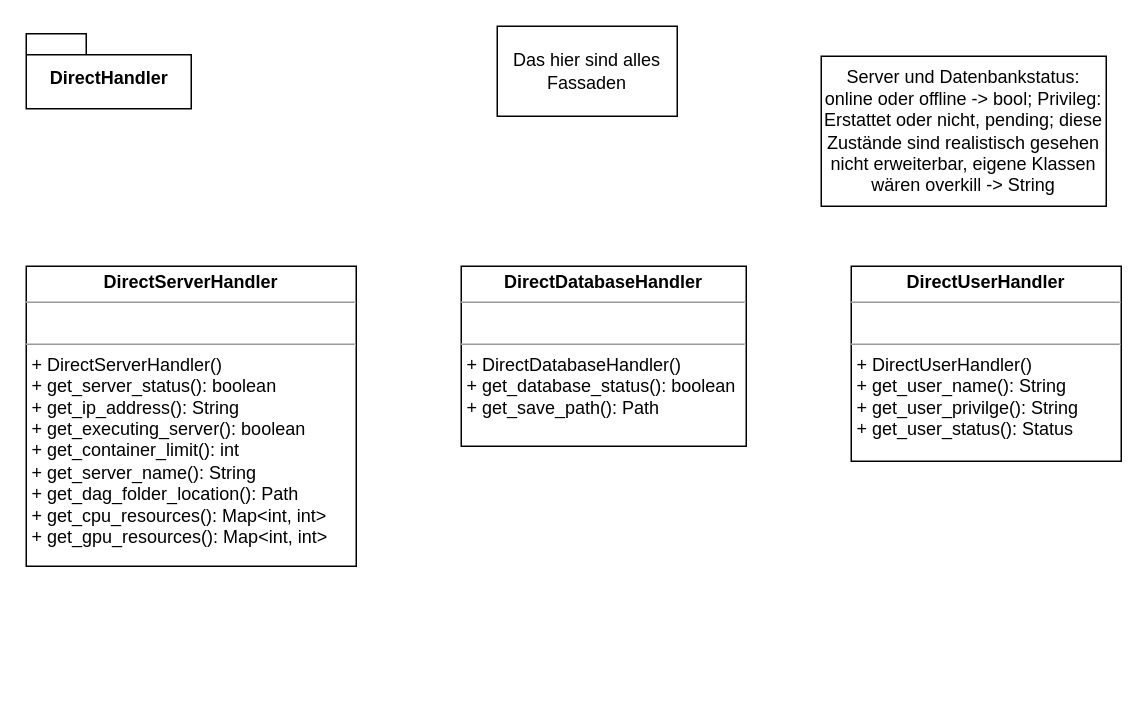
Earlier version of the draw.io diagram entwurf/no_logic_hardware.drawio (soerenray/MatFlow). Source tidied: cells renumbered, new cells numbered last; positions are measured from the earlier drawing's top-left corner, leaving out a move shared by most shapes. Both pictures are drawn from the tidied source at 150%, with x=0, y=0 at pixel (26, 26).
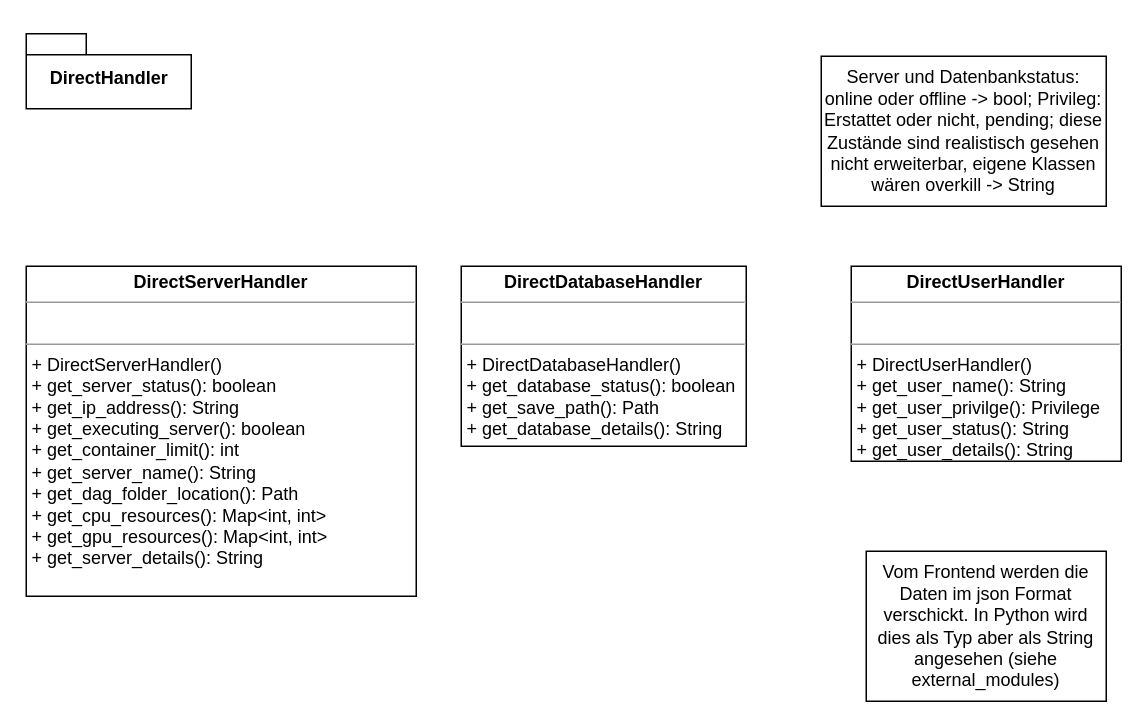
After the change.

Diff of the diagram source:
```diff
@@
 <mxGraphModel>
   <root>
     <mxCell id="0" />
     <mxCell id="1" parent="0" />
-    <mxCell id="2" value="&lt;p style=&quot;margin: 0px ; margin-top: 4px ; text-align: center&quot;&gt;&lt;b&gt;DirectServerHandler&lt;/b&gt;&lt;/p&gt;&lt;hr size=&quot;1&quot;&gt;&lt;p style=&quot;margin: 0px ; margin-left: 4px&quot;&gt;&lt;br&gt;&lt;/p&gt;&lt;hr size=&quot;1&quot;&gt;&lt;p style=&quot;margin: 0px ; margin-left: 4px&quot;&gt;+ DirectServerHandler()&lt;/p&gt;&lt;p style=&quot;margin: 0px ; margin-left: 4px&quot;&gt;+ get_server_status(): boolean&lt;/p&gt;&lt;p style=&quot;margin: 0px ; margin-left: 4px&quot;&gt;+ get_ip_address(): String&lt;/p&gt;&lt;p style=&quot;margin: 0px ; margin-left: 4px&quot;&gt;+ get_executing_server(): boolean&lt;/p&gt;&lt;p style=&quot;margin: 0px ; margin-left: 4px&quot;&gt;+ get_container_limit(): int&lt;/p&gt;&lt;p style=&quot;margin: 0px ; margin-left: 4px&quot;&gt;+ get_server_name(): String&lt;/p&gt;&lt;p style=&quot;margin: 0px ; margin-left: 4px&quot;&gt;+ get_dag_folder_location(): Path&lt;/p&gt;&lt;p style=&quot;margin: 0px ; margin-left: 4px&quot;&gt;+ get_cpu_resources(): Map&amp;lt;int, int&amp;gt;&lt;/p&gt;&lt;p style=&quot;margin: 0px ; margin-left: 4px&quot;&gt;+ get_gpu_resources(): Map&amp;lt;int, int&amp;gt;&lt;/p&gt;&lt;p style=&quot;margin: 0px ; margin-left: 4px&quot;&gt;&lt;br&gt;&lt;/p&gt;" style="verticalAlign=top;align=left;overflow=fill;fontSize=12;fontFamily=Helvetica;html=1;" parent="1" vertex="1">
-      <mxGeometry y="160" width="220" height="200" as="geometry" />
+    <mxCell id="2" value="&lt;p style=&quot;margin: 0px ; margin-top: 4px ; text-align: center&quot;&gt;&lt;b&gt;DirectServerHandler&lt;/b&gt;&lt;/p&gt;&lt;hr size=&quot;1&quot;&gt;&lt;p style=&quot;margin: 0px ; margin-left: 4px&quot;&gt;&lt;br&gt;&lt;/p&gt;&lt;hr size=&quot;1&quot;&gt;&lt;p style=&quot;margin: 0px ; margin-left: 4px&quot;&gt;+ DirectServerHandler()&lt;/p&gt;&lt;p style=&quot;margin: 0px ; margin-left: 4px&quot;&gt;+ get_server_status(): boolean&lt;/p&gt;&lt;p style=&quot;margin: 0px ; margin-left: 4px&quot;&gt;+ get_ip_address(): String&lt;/p&gt;&lt;p style=&quot;margin: 0px ; margin-left: 4px&quot;&gt;+ get_executing_server(): boolean&lt;/p&gt;&lt;p style=&quot;margin: 0px ; margin-left: 4px&quot;&gt;+ get_container_limit(): int&lt;/p&gt;&lt;p style=&quot;margin: 0px ; margin-left: 4px&quot;&gt;+ get_server_name(): String&lt;/p&gt;&lt;p style=&quot;margin: 0px ; margin-left: 4px&quot;&gt;+ get_dag_folder_location(): Path&lt;/p&gt;&lt;p style=&quot;margin: 0px ; margin-left: 4px&quot;&gt;+ get_cpu_resources(): Map&amp;lt;int, int&amp;gt;&lt;/p&gt;&lt;p style=&quot;margin: 0px ; margin-left: 4px&quot;&gt;+ get_gpu_resources(): Map&amp;lt;int, int&amp;gt;&lt;/p&gt;&lt;p style=&quot;margin: 0px ; margin-left: 4px&quot;&gt;+ get_server_details(): String&lt;/p&gt;" style="verticalAlign=top;align=left;overflow=fill;fontSize=12;fontFamily=Helvetica;html=1;" parent="1" vertex="1">
+      <mxGeometry y="160" width="260" height="220" as="geometry" />
     </mxCell>
-    <mxCell id="3" value="&lt;p style=&quot;margin: 0px ; margin-top: 4px ; text-align: center&quot;&gt;&lt;b&gt;DirectDatabaseHandler&lt;/b&gt;&lt;/p&gt;&lt;hr size=&quot;1&quot;&gt;&lt;p style=&quot;margin: 0px ; margin-left: 4px&quot;&gt;&lt;br&gt;&lt;/p&gt;&lt;hr size=&quot;1&quot;&gt;&lt;p style=&quot;margin: 0px ; margin-left: 4px&quot;&gt;+ DirectDatabaseHandler()&lt;/p&gt;&lt;p style=&quot;margin: 0px ; margin-left: 4px&quot;&gt;+ get_database_status(): boolean&lt;/p&gt;&lt;p style=&quot;margin: 0px ; margin-left: 4px&quot;&gt;+ get_save_path(): Path&lt;/p&gt;&lt;p style=&quot;margin: 0px ; margin-left: 4px&quot;&gt;&lt;br&gt;&lt;/p&gt;" style="verticalAlign=top;align=left;overflow=fill;fontSize=12;fontFamily=Helvetica;html=1;" parent="1" vertex="1">
+    <mxCell id="3" value="&lt;p style=&quot;margin: 0px ; margin-top: 4px ; text-align: center&quot;&gt;&lt;b&gt;DirectDatabaseHandler&lt;/b&gt;&lt;/p&gt;&lt;hr size=&quot;1&quot;&gt;&lt;p style=&quot;margin: 0px ; margin-left: 4px&quot;&gt;&lt;br&gt;&lt;/p&gt;&lt;hr size=&quot;1&quot;&gt;&lt;p style=&quot;margin: 0px ; margin-left: 4px&quot;&gt;+ DirectDatabaseHandler()&lt;/p&gt;&lt;p style=&quot;margin: 0px ; margin-left: 4px&quot;&gt;+ get_database_status(): boolean&lt;/p&gt;&lt;p style=&quot;margin: 0px ; margin-left: 4px&quot;&gt;+ get_save_path(): Path&lt;/p&gt;&lt;p style=&quot;margin: 0px ; margin-left: 4px&quot;&gt;+ get_database_details(): String&lt;/p&gt;&lt;p style=&quot;margin: 0px ; margin-left: 4px&quot;&gt;&lt;br&gt;&lt;/p&gt;" style="verticalAlign=top;align=left;overflow=fill;fontSize=12;fontFamily=Helvetica;html=1;" parent="1" vertex="1">
       <mxGeometry x="290" y="160" width="190" height="120" as="geometry" />
     </mxCell>
-    <mxCell id="4" value="Das hier sind alles Fassaden" style="rounded=0;whiteSpace=wrap;html=1;" parent="1" vertex="1">
-      <mxGeometry x="314" width="120" height="60" as="geometry" />
-    </mxCell>
     <mxCell id="5" value="DirectHandler" style="shape=folder;fontStyle=1;spacingTop=10;tabWidth=40;tabHeight=14;tabPosition=left;html=1;" parent="1" vertex="1">
       <mxGeometry y="5" width="110" height="50" as="geometry" />
     </mxCell>
-    <mxCell id="6" value="&lt;p style=&quot;margin: 0px ; margin-top: 4px ; text-align: center&quot;&gt;&lt;b&gt;DirectUserHandler&lt;/b&gt;&lt;/p&gt;&lt;hr size=&quot;1&quot;&gt;&lt;p style=&quot;margin: 0px ; margin-left: 4px&quot;&gt;&lt;br&gt;&lt;/p&gt;&lt;hr size=&quot;1&quot;&gt;&lt;p style=&quot;margin: 0px ; margin-left: 4px&quot;&gt;+ DirectUserHandler()&lt;/p&gt;&lt;p style=&quot;margin: 0px ; margin-left: 4px&quot;&gt;+ get_user_name(): String&lt;/p&gt;&lt;p style=&quot;margin: 0px ; margin-left: 4px&quot;&gt;+ get_user_privilge(): String&lt;/p&gt;&lt;p style=&quot;margin: 0px ; margin-left: 4px&quot;&gt;+ get_user_status(): Status&lt;/p&gt;" style="verticalAlign=top;align=left;overflow=fill;fontSize=12;fontFamily=Helvetica;html=1;" parent="1" vertex="1">
+    <mxCell id="6" value="&lt;p style=&quot;margin: 0px ; margin-top: 4px ; text-align: center&quot;&gt;&lt;b&gt;DirectUserHandler&lt;/b&gt;&lt;/p&gt;&lt;hr size=&quot;1&quot;&gt;&lt;p style=&quot;margin: 0px ; margin-left: 4px&quot;&gt;&lt;br&gt;&lt;/p&gt;&lt;hr size=&quot;1&quot;&gt;&lt;p style=&quot;margin: 0px ; margin-left: 4px&quot;&gt;+ DirectUserHandler()&lt;/p&gt;&lt;p style=&quot;margin: 0px ; margin-left: 4px&quot;&gt;+ get_user_name(): String&lt;/p&gt;&lt;p style=&quot;margin: 0px ; margin-left: 4px&quot;&gt;+ get_user_privilge(): Privilege&lt;/p&gt;&lt;p style=&quot;margin: 0px ; margin-left: 4px&quot;&gt;+ get_user_status(): String&lt;/p&gt;&lt;p style=&quot;margin: 0px ; margin-left: 4px&quot;&gt;+ get_user_details(): String&lt;/p&gt;" style="verticalAlign=top;align=left;overflow=fill;fontSize=12;fontFamily=Helvetica;html=1;" parent="1" vertex="1">
       <mxGeometry x="550" y="160" width="180" height="130" as="geometry" />
     </mxCell>
     <mxCell id="7" value="Server und Datenbankstatus: online oder offline -&amp;gt; bool; Privileg: Erstattet oder nicht, pending; diese Zustände sind realistisch gesehen nicht erweiterbar, eigene Klassen wären overkill -&amp;gt; String" style="rounded=0;whiteSpace=wrap;html=1;" parent="1" vertex="1">
       <mxGeometry x="530" y="20" width="190" height="100" as="geometry" />
     </mxCell>
+    <mxCell id="8" value="Vom Frontend werden die Daten im json Format verschickt. In Python wird dies als Typ aber als String angesehen (siehe external_modules)" style="rounded=0;whiteSpace=wrap;html=1;" parent="1" vertex="1">
+      <mxGeometry x="560" y="350" width="160" height="100" as="geometry" />
+    </mxCell>
   </root>
 </mxGraphModel>
```
